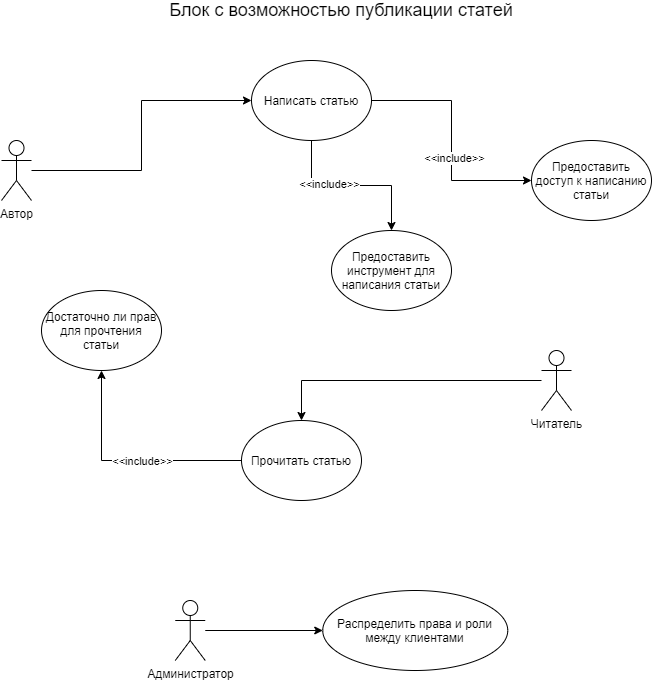
This is src/main/java/ru/innopolis/university/fomin/part1/lesson13UML/UseCaseDiagram.png from Fomin-Lab/innopolis, a draw.io export, as it was before one commit. Source tidied: cells renumbered, new cells last; positions are measured from the earlier drawing's top-left corner, leaving out a move shared by most shapes. The source it was exported from:
```xml
<mxGraphModel>
  <root>
    <mxCell id="0" />
    <mxCell id="1" parent="0" />
    <mxCell id="2" style="edgeStyle=orthogonalEdgeStyle;rounded=0;jettySize=auto;html=1;" parent="1" edge="1" source="3" target="11">
      <mxGeometry relative="1" as="geometry" />
    </mxCell>
    <mxCell id="3" value="Автор" style="shape=umlActor;verticalLabelPosition=bottom;verticalAlign=top;html=1;outlineConnect=0;" parent="1" vertex="1">
      <mxGeometry y="140" width="30" height="60" as="geometry" />
    </mxCell>
    <mxCell id="4" value="&lt;font style=&quot;font-size: 18px&quot;&gt;Блок с возможностью публикации статей&lt;/font&gt;" style="text;html=1;strokeColor=none;fillColor=none;align=center;verticalAlign=middle;whiteSpace=wrap;rounded=0;" parent="1" vertex="1">
      <mxGeometry x="130" width="420" height="20" as="geometry" />
    </mxCell>
    <mxCell id="5" style="edgeStyle=orthogonalEdgeStyle;rounded=0;jettySize=auto;html=1;" parent="1" edge="1" source="6" target="14">
      <mxGeometry relative="1" as="geometry" />
    </mxCell>
    <mxCell id="6" value="Читатель" style="shape=umlActor;verticalLabelPosition=bottom;verticalAlign=top;html=1;outlineConnect=0;" parent="1" vertex="1">
      <mxGeometry x="540" y="350" width="30" height="60" as="geometry" />
    </mxCell>
    <mxCell id="7" style="edgeStyle=orthogonalEdgeStyle;rounded=0;jettySize=auto;html=1;" parent="1" edge="1" source="11" target="15">
      <mxGeometry relative="1" as="geometry" />
    </mxCell>
    <mxCell id="8" value="&amp;lt;&amp;lt;include&amp;gt;&amp;gt;" style="edgeLabel;html=1;align=center;verticalAlign=middle;" parent="7" vertex="1">
      <mxGeometry x="0.14" y="2" relative="1" as="geometry" />
    </mxCell>
    <mxCell id="9" style="edgeStyle=orthogonalEdgeStyle;rounded=0;jettySize=auto;html=1;" parent="1" edge="1" source="11" target="17">
      <mxGeometry relative="1" as="geometry" />
    </mxCell>
    <mxCell id="10" value="&amp;lt;&amp;lt;include&amp;gt;&amp;gt;" style="edgeLabel;html=1;align=center;verticalAlign=middle;" parent="9" vertex="1">
      <mxGeometry x="-0.49" y="17" relative="1" as="geometry" />
    </mxCell>
    <mxCell id="11" value="Написать статью&lt;br&gt;" style="ellipse;whiteSpace=wrap;html=1;verticalAlign=middle;" parent="1" vertex="1">
      <mxGeometry x="250" y="60" width="120" height="80" as="geometry" />
    </mxCell>
    <mxCell id="12" style="edgeStyle=orthogonalEdgeStyle;rounded=0;jettySize=auto;html=1;" parent="1" edge="1" source="14" target="16">
      <mxGeometry relative="1" as="geometry" />
    </mxCell>
    <mxCell id="13" value="&amp;lt;&amp;lt;include&amp;gt;&amp;gt;" style="edgeLabel;html=1;align=center;verticalAlign=middle;" parent="12" vertex="1">
      <mxGeometry x="-0.02" y="1" relative="1" as="geometry">
        <mxPoint x="12" y="-1" as="offset" />
      </mxGeometry>
    </mxCell>
    <mxCell id="14" value="Прочитать статью" style="ellipse;whiteSpace=wrap;html=1;verticalAlign=middle;" parent="1" vertex="1">
      <mxGeometry x="240" y="420" width="120" height="80" as="geometry" />
    </mxCell>
    <mxCell id="15" value="Предоставить доступ к написанию статьи" style="ellipse;whiteSpace=wrap;html=1;" parent="1" vertex="1">
      <mxGeometry x="530" y="140" width="120" height="80" as="geometry" />
    </mxCell>
    <mxCell id="16" value="Достаточно ли прав для прочтения статьи" style="ellipse;whiteSpace=wrap;html=1;" parent="1" vertex="1">
      <mxGeometry x="40" y="290" width="120" height="80" as="geometry" />
    </mxCell>
    <mxCell id="17" value="Предоставить инструмент для написания статьи" style="ellipse;whiteSpace=wrap;html=1;" parent="1" vertex="1">
      <mxGeometry x="330" y="230" width="120" height="80" as="geometry" />
    </mxCell>
    <mxCell id="18" style="edgeStyle=orthogonalEdgeStyle;rounded=0;jettySize=auto;html=1;" parent="1" edge="1" source="19" target="20">
      <mxGeometry relative="1" as="geometry" />
    </mxCell>
    <mxCell id="19" value="Администратор" style="shape=umlActor;verticalLabelPosition=bottom;verticalAlign=top;html=1;outlineConnect=0;" parent="1" vertex="1">
      <mxGeometry x="173.8" y="600" width="30" height="60" as="geometry" />
    </mxCell>
    <mxCell id="20" value="Распределить права и роли между клиентами" style="ellipse;whiteSpace=wrap;html=1;verticalAlign=middle;" parent="1" vertex="1">
      <mxGeometry x="321.2" y="590" width="185" height="80" as="geometry" />
    </mxCell>
  </root>
</mxGraphModel>
```
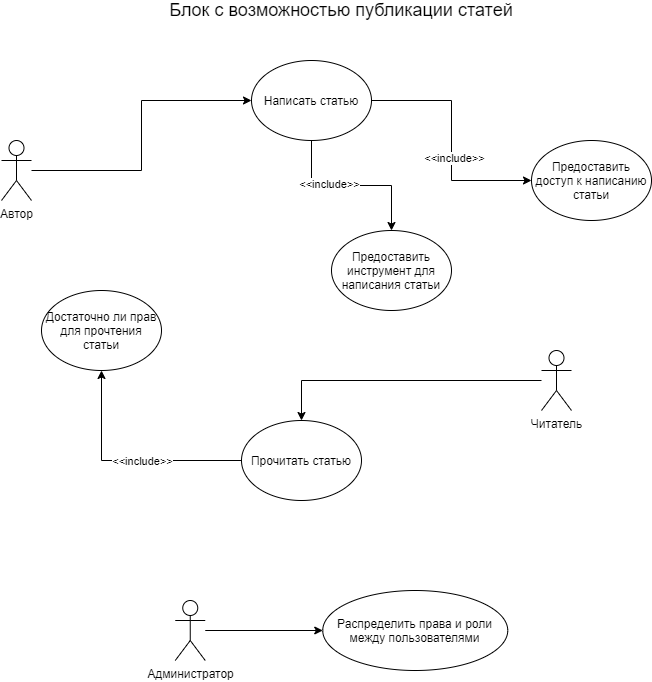
The same file after the commit.

What changed in the source:
```diff
@@ -58,7 +58,7 @@
     <mxCell id="19" value="Администратор" style="shape=umlActor;verticalLabelPosition=bottom;verticalAlign=top;html=1;outlineConnect=0;" parent="1" vertex="1">
       <mxGeometry x="173.8" y="600" width="30" height="60" as="geometry" />
     </mxCell>
-    <mxCell id="20" value="Распределить права и роли между клиентами" style="ellipse;whiteSpace=wrap;html=1;verticalAlign=middle;" parent="1" vertex="1">
+    <mxCell id="20" value="Распределить права и роли между пользователями" style="ellipse;whiteSpace=wrap;html=1;verticalAlign=middle;" parent="1" vertex="1">
       <mxGeometry x="321.2" y="590" width="185" height="80" as="geometry" />
     </mxCell>
   </root>
```
